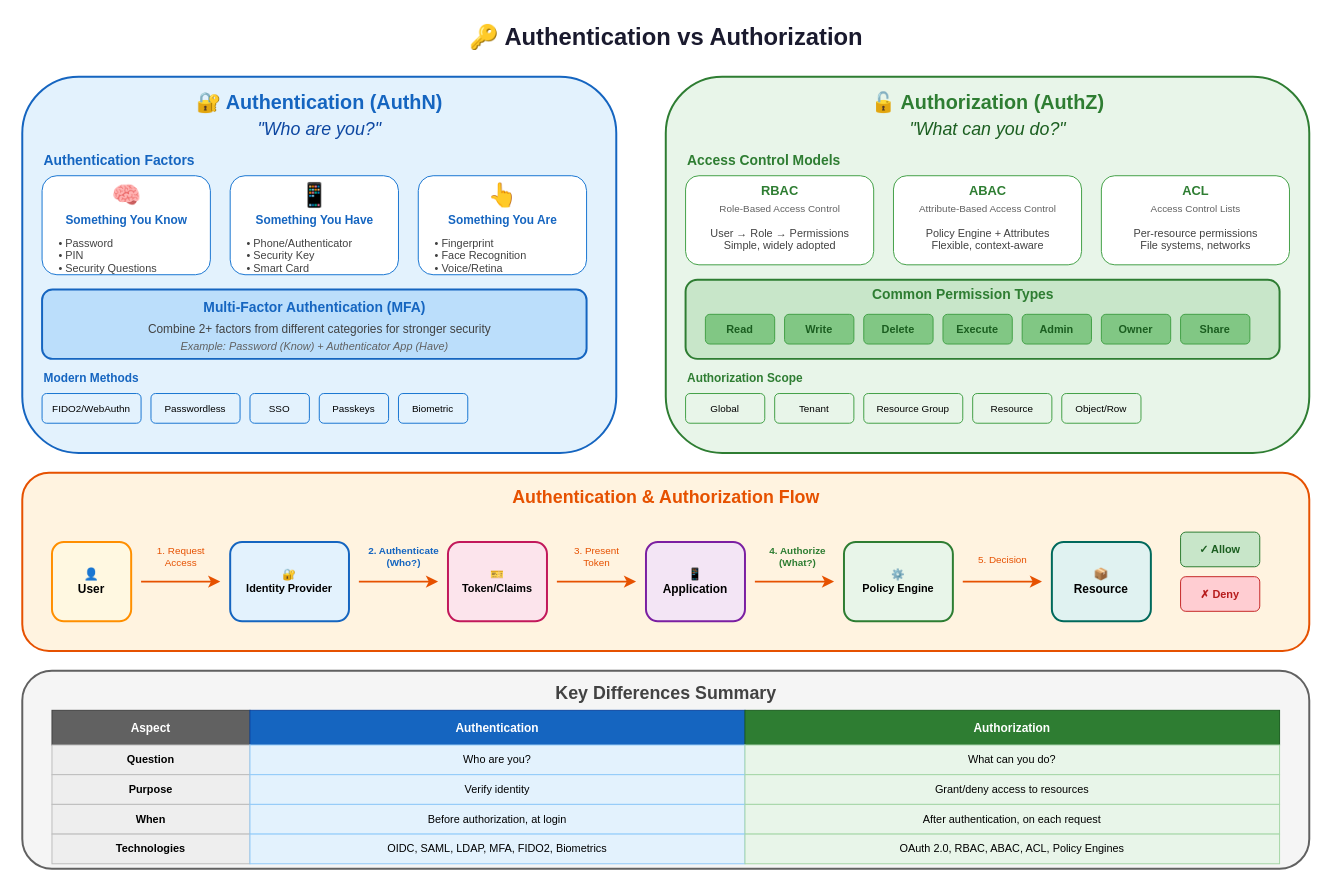
The draw.io diagram lesson-04-identity-access-management/01-core-concepts/1.1-authn-vs-authz.drawio in MrParkerZ7/document-lesson-software-architect-x-claude, before the edit. Source tidied: cells renumbered, new cells numbered last; positions are measured from the earlier drawing's top-left corner, leaving out a move shared by most shapes. Both pictures are drawn from the tidied source at 99%, with x=0, y=0 at pixel (22, 17).
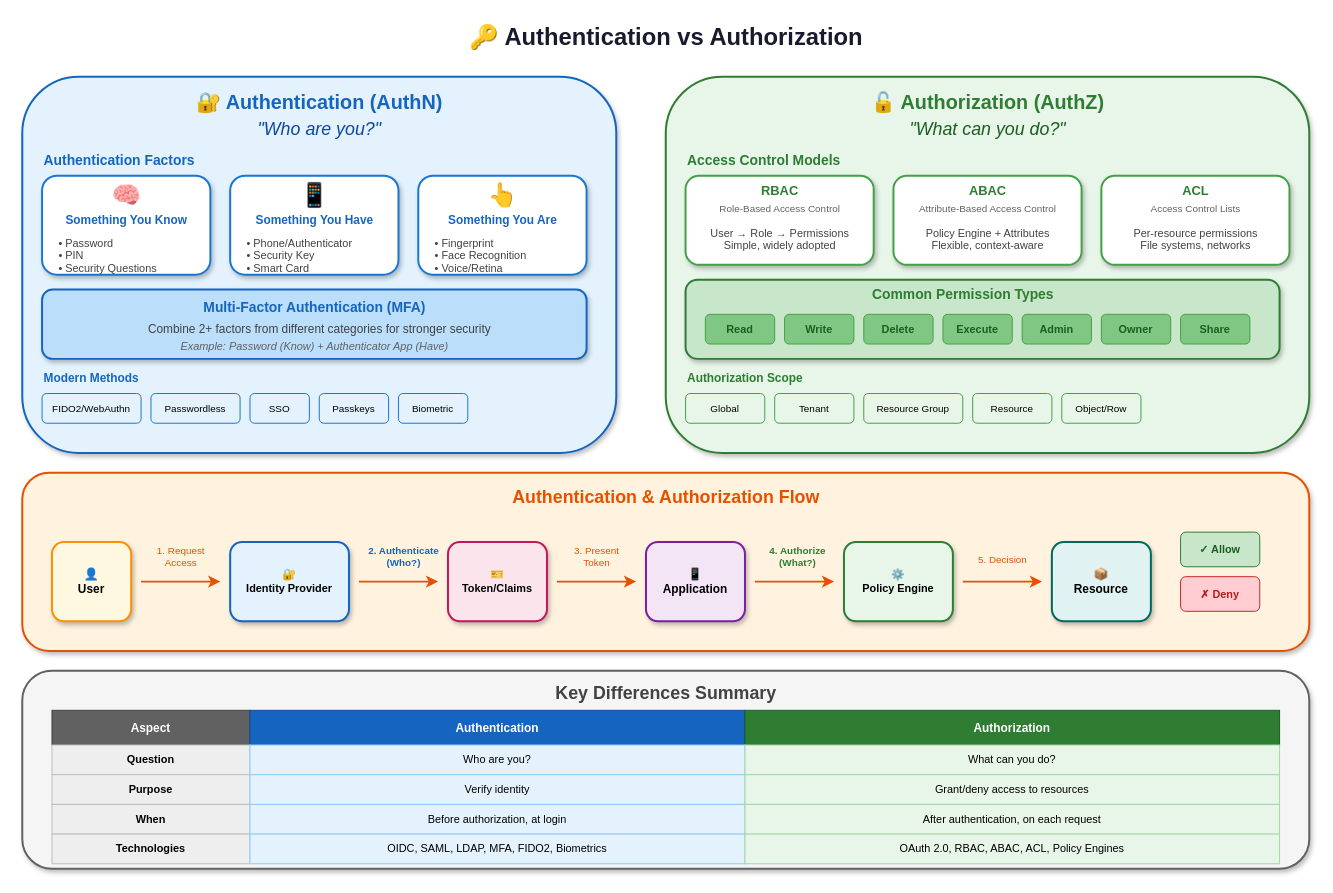
Above is the later version.

Change to the diagram source:
```diff
@@
-    <mxCell id="3" style="rounded=1;whiteSpace=wrap;html=1;fillColor=#e3f2fd;strokeColor=#1565c0;strokeWidth=2;" parent="1" vertex="1">
+    <mxCell id="3" style="rounded=1;whiteSpace=wrap;html=1;fillColor=#e3f2fd;strokeColor=#1565c0;strokeWidth=2;shadow=1;" parent="1" vertex="1">
       <mxGeometry y="60" width="600" height="380" as="geometry" />
     </mxCell>
@@
-    <mxCell id="7" style="rounded=1;whiteSpace=wrap;html=1;fillColor=#ffffff;strokeColor=#1976d2;strokeWidth=1;" parent="1" vertex="1">
+    <mxCell id="7" style="rounded=1;whiteSpace=wrap;html=1;fillColor=#ffffff;strokeColor=#1976d2;strokeWidth=2;shadow=1;" parent="1" vertex="1">
       <mxGeometry x="20" y="160" width="170" height="100" as="geometry" />
     </mxCell>
@@
-    <mxCell id="11" style="rounded=1;whiteSpace=wrap;html=1;fillColor=#ffffff;strokeColor=#1976d2;strokeWidth=1;" parent="1" vertex="1">
+    <mxCell id="11" style="rounded=1;whiteSpace=wrap;html=1;fillColor=#ffffff;strokeColor=#1976d2;strokeWidth=2;shadow=1;" parent="1" vertex="1">
       <mxGeometry x="210" y="160" width="170" height="100" as="geometry" />
     </mxCell>
@@
-    <mxCell id="15" style="rounded=1;whiteSpace=wrap;html=1;fillColor=#ffffff;strokeColor=#1976d2;strokeWidth=1;" parent="1" vertex="1">
+    <mxCell id="15" style="rounded=1;whiteSpace=wrap;html=1;fillColor=#ffffff;strokeColor=#1976d2;strokeWidth=2;shadow=1;" parent="1" vertex="1">
       <mxGeometry x="400" y="160" width="170" height="100" as="geometry" />
     </mxCell>
@@
-    <mxCell id="19" style="rounded=1;whiteSpace=wrap;html=1;fillColor=#bbdefb;strokeColor=#1565c0;strokeWidth=2;strokeDashPattern=3 3;" parent="1" vertex="1">
+    <mxCell id="19" style="rounded=1;whiteSpace=wrap;html=1;fillColor=#bbdefb;strokeColor=#1565c0;strokeWidth=2;strokeDashPattern=3 3;shadow=1;" parent="1" vertex="1">
       <mxGeometry x="20" y="275" width="550" height="70" as="geometry" />
     </mxCell>
@@
-    <mxCell id="29" style="rounded=1;whiteSpace=wrap;html=1;fillColor=#e8f5e9;strokeColor=#2e7d32;strokeWidth=2;" parent="1" vertex="1">
+    <mxCell id="29" style="rounded=1;whiteSpace=wrap;html=1;fillColor=#e8f5e9;strokeColor=#2e7d32;strokeWidth=2;shadow=1;" parent="1" vertex="1">
       <mxGeometry x="650" y="60" width="650" height="380" as="geometry" />
     </mxCell>
@@
-    <mxCell id="33" style="rounded=1;whiteSpace=wrap;html=1;fillColor=#ffffff;strokeColor=#43a047;strokeWidth=1;" parent="1" vertex="1">
+    <mxCell id="33" style="rounded=1;whiteSpace=wrap;html=1;fillColor=#ffffff;strokeColor=#43a047;strokeWidth=2;shadow=1;" parent="1" vertex="1">
       <mxGeometry x="670" y="160" width="190" height="90" as="geometry" />
     </mxCell>
@@
-    <mxCell id="37" style="rounded=1;whiteSpace=wrap;html=1;fillColor=#ffffff;strokeColor=#43a047;strokeWidth=1;" parent="1" vertex="1">
+    <mxCell id="37" style="rounded=1;whiteSpace=wrap;html=1;fillColor=#ffffff;strokeColor=#43a047;strokeWidth=2;shadow=1;" parent="1" vertex="1">
       <mxGeometry x="880" y="160" width="190" height="90" as="geometry" />
     </mxCell>
@@
-    <mxCell id="41" style="rounded=1;whiteSpace=wrap;html=1;fillColor=#ffffff;strokeColor=#43a047;strokeWidth=1;" parent="1" vertex="1">
+    <mxCell id="41" style="rounded=1;whiteSpace=wrap;html=1;fillColor=#ffffff;strokeColor=#43a047;strokeWidth=2;shadow=1;" parent="1" vertex="1">
       <mxGeometry x="1090" y="160" width="190" height="90" as="geometry" />
     </mxCell>
@@
-    <mxCell id="45" style="rounded=1;whiteSpace=wrap;html=1;fillColor=#c8e6c9;strokeColor=#2e7d32;strokeWidth=2;strokeDashPattern=3 3;" parent="1" vertex="1">
+    <mxCell id="45" style="rounded=1;whiteSpace=wrap;html=1;fillColor=#c8e6c9;strokeColor=#2e7d32;strokeWidth=2;strokeDashPattern=3 3;shadow=1;" parent="1" vertex="1">
       <mxGeometry x="670" y="265" width="600" height="80" as="geometry" />
     </mxCell>
@@
-    <mxCell id="60" style="rounded=1;whiteSpace=wrap;html=1;fillColor=#fff3e0;strokeColor=#e65100;strokeWidth=2;" parent="1" vertex="1">
+    <mxCell id="60" style="rounded=1;whiteSpace=wrap;html=1;fillColor=#fff3e0;strokeColor=#e65100;strokeWidth=2;shadow=1;" parent="1" vertex="1">
       <mxGeometry y="460" width="1300" height="180" as="geometry" />
     </mxCell>
@@
-    <mxCell id="62" value="👤&#10;User" style="rounded=1;whiteSpace=wrap;html=1;fillColor=#fff8e1;strokeColor=#ff8f00;strokeWidth=2;fontSize=12;fontStyle=1;" parent="1" vertex="1">
+    <mxCell id="62" value="👤&#10;User" style="rounded=1;whiteSpace=wrap;html=1;fillColor=#fff8e1;strokeColor=#ff8f00;strokeWidth=2;fontSize=12;fontStyle=1;shadow=1;" parent="1" vertex="1">
       <mxGeometry x="30" y="530" width="80" height="80" as="geometry" />
     </mxCell>
-    <mxCell id="63" style="endArrow=classic;html=1;strokeColor=#e65100;strokeWidth=2;" parent="1" edge="1">
+    <mxCell id="63" style="endArrow=classic;html=1;strokeColor=#e65100;strokeWidth=2;edgeStyle=orthogonalEdgeStyle;curved=1;rounded=1;jumpStyle=arc;jumpSize=10;" parent="1" edge="1">
       <mxGeometry relative="1" as="geometry">
         <mxPoint x="120" y="570" as="sourcePoint" />
         <mxPoint x="200" y="570" as="targetPoint" />
       </mxGeometry>
     </mxCell>
@@
-    <mxCell id="65" value="🔐&#10;Identity Provider" style="rounded=1;whiteSpace=wrap;html=1;fillColor=#e3f2fd;strokeColor=#1565c0;strokeWidth=2;fontSize=11;fontStyle=1;" parent="1" vertex="1">
+    <mxCell id="65" value="🔐&#10;Identity Provider" style="rounded=1;whiteSpace=wrap;html=1;fillColor=#e3f2fd;strokeColor=#1565c0;strokeWidth=2;fontSize=11;fontStyle=1;shadow=1;" parent="1" vertex="1">
       <mxGeometry x="210" y="530" width="120" height="80" as="geometry" />
     </mxCell>
-    <mxCell id="66" style="endArrow=classic;html=1;strokeColor=#e65100;strokeWidth=2;" parent="1" edge="1">
+    <mxCell id="66" style="endArrow=classic;html=1;strokeColor=#e65100;strokeWidth=2;edgeStyle=orthogonalEdgeStyle;curved=1;rounded=1;jumpStyle=arc;jumpSize=10;" parent="1" edge="1">
       <mxGeometry relative="1" as="geometry">
         <mxPoint x="340" y="570" as="sourcePoint" />
         <mxPoint x="420" y="570" as="targetPoint" />
       </mxGeometry>
     </mxCell>
@@
-    <mxCell id="68" value="🎫&#10;Token/Claims" style="rounded=1;whiteSpace=wrap;html=1;fillColor=#fce4ec;strokeColor=#c2185b;strokeWidth=2;fontSize=11;fontStyle=1;" parent="1" vertex="1">
+    <mxCell id="68" value="🎫&#10;Token/Claims" style="rounded=1;whiteSpace=wrap;html=1;fillColor=#fce4ec;strokeColor=#c2185b;strokeWidth=2;fontSize=11;fontStyle=1;shadow=1;" parent="1" vertex="1">
       <mxGeometry x="430" y="530" width="100" height="80" as="geometry" />
     </mxCell>
-    <mxCell id="69" style="endArrow=classic;html=1;strokeColor=#e65100;strokeWidth=2;" parent="1" edge="1">
+    <mxCell id="69" style="endArrow=classic;html=1;strokeColor=#e65100;strokeWidth=2;edgeStyle=orthogonalEdgeStyle;curved=1;rounded=1;jumpStyle=arc;jumpSize=10;" parent="1" edge="1">
       <mxGeometry relative="1" as="geometry">
         <mxPoint x="540" y="570" as="sourcePoint" />
         <mxPoint x="620" y="570" as="targetPoint" />
       </mxGeometry>
     </mxCell>
@@
-    <mxCell id="71" value="📱&#10;Application" style="rounded=1;whiteSpace=wrap;html=1;fillColor=#f3e5f5;strokeColor=#7b1fa2;strokeWidth=2;fontSize=12;fontStyle=1;" parent="1" vertex="1">
+    <mxCell id="71" value="📱&#10;Application" style="rounded=1;whiteSpace=wrap;html=1;fillColor=#f3e5f5;strokeColor=#7b1fa2;strokeWidth=2;fontSize=12;fontStyle=1;shadow=1;" parent="1" vertex="1">
       <mxGeometry x="630" y="530" width="100" height="80" as="geometry" />
     </mxCell>
-    <mxCell id="72" style="endArrow=classic;html=1;strokeColor=#e65100;strokeWidth=2;" parent="1" edge="1">
+    <mxCell id="72" style="endArrow=classic;html=1;strokeColor=#e65100;strokeWidth=2;edgeStyle=orthogonalEdgeStyle;curved=1;rounded=1;jumpStyle=arc;jumpSize=10;" parent="1" edge="1">
       <mxGeometry relative="1" as="geometry">
         <mxPoint x="740" y="570" as="sourcePoint" />
         <mxPoint x="820" y="570" as="targetPoint" />
       </mxGeometry>
     </mxCell>
@@
-    <mxCell id="74" value="⚙️&#10;Policy Engine" style="rounded=1;whiteSpace=wrap;html=1;fillColor=#e8f5e9;strokeColor=#2e7d32;strokeWidth=2;fontSize=11;fontStyle=1;" parent="1" vertex="1">
+    <mxCell id="74" value="⚙️&#10;Policy Engine" style="rounded=1;whiteSpace=wrap;html=1;fillColor=#e8f5e9;strokeColor=#2e7d32;strokeWidth=2;fontSize=11;fontStyle=1;shadow=1;" parent="1" vertex="1">
       <mxGeometry x="830" y="530" width="110" height="80" as="geometry" />
     </mxCell>
-    <mxCell id="75" style="endArrow=classic;html=1;strokeColor=#e65100;strokeWidth=2;" parent="1" edge="1">
+    <mxCell id="75" style="endArrow=classic;html=1;strokeColor=#e65100;strokeWidth=2;edgeStyle=orthogonalEdgeStyle;curved=1;rounded=1;jumpStyle=arc;jumpSize=10;" parent="1" edge="1">
       <mxGeometry relative="1" as="geometry">
         <mxPoint x="950" y="570" as="sourcePoint" />
         <mxPoint x="1030" y="570" as="targetPoint" />
       </mxGeometry>
     </mxCell>
@@
-    <mxCell id="77" value="📦&#10;Resource" style="rounded=1;whiteSpace=wrap;html=1;fillColor=#e0f2f1;strokeColor=#00695c;strokeWidth=2;fontSize=12;fontStyle=1;" parent="1" vertex="1">
+    <mxCell id="77" value="📦&#10;Resource" style="rounded=1;whiteSpace=wrap;html=1;fillColor=#e0f2f1;strokeColor=#00695c;strokeWidth=2;fontSize=12;fontStyle=1;shadow=1;" parent="1" vertex="1">
       <mxGeometry x="1040" y="530" width="100" height="80" as="geometry" />
     </mxCell>
@@
-    <mxCell id="80" style="rounded=1;whiteSpace=wrap;html=1;fillColor=#f5f5f5;strokeColor=#616161;strokeWidth=2;" parent="1" vertex="1">
+    <mxCell id="80" style="rounded=1;whiteSpace=wrap;html=1;fillColor=#f5f5f5;strokeColor=#616161;strokeWidth=2;shadow=1;" parent="1" vertex="1">
       <mxGeometry y="660" width="1300" height="200" as="geometry" />
     </mxCell>
```
